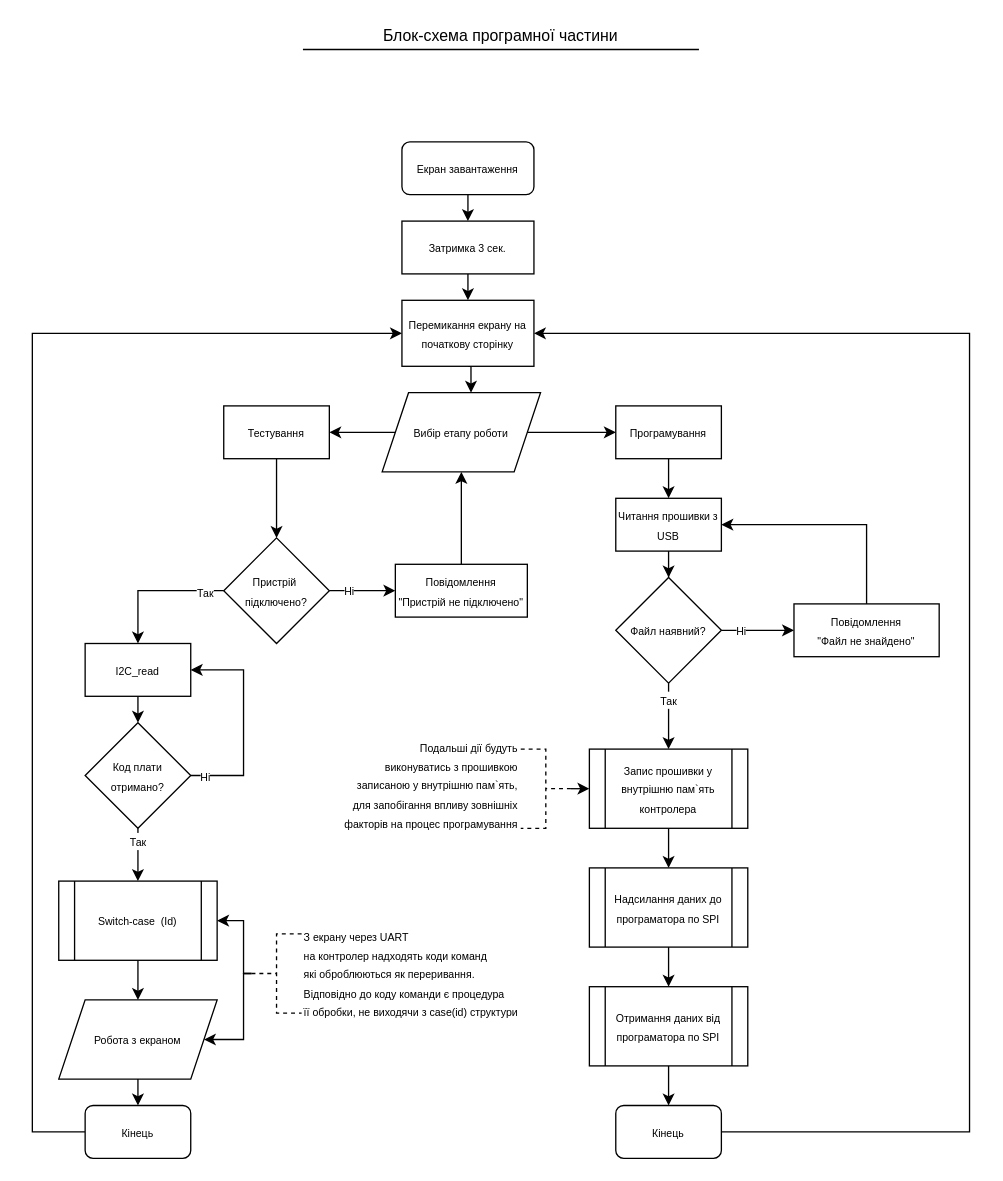
This is page "stm32f4_sw" (10 of 11) of ТЗ.drawio from bposternak/tz_repo, a draw.io file, before an edit. Source tidied: cells renumbered, new cells numbered last; positions are measured from the earlier drawing's top-left corner, leaving out a move shared by most shapes. Both pictures are drawn from the tidied source at 132%, with x=0, y=0 at pixel (32, 22).
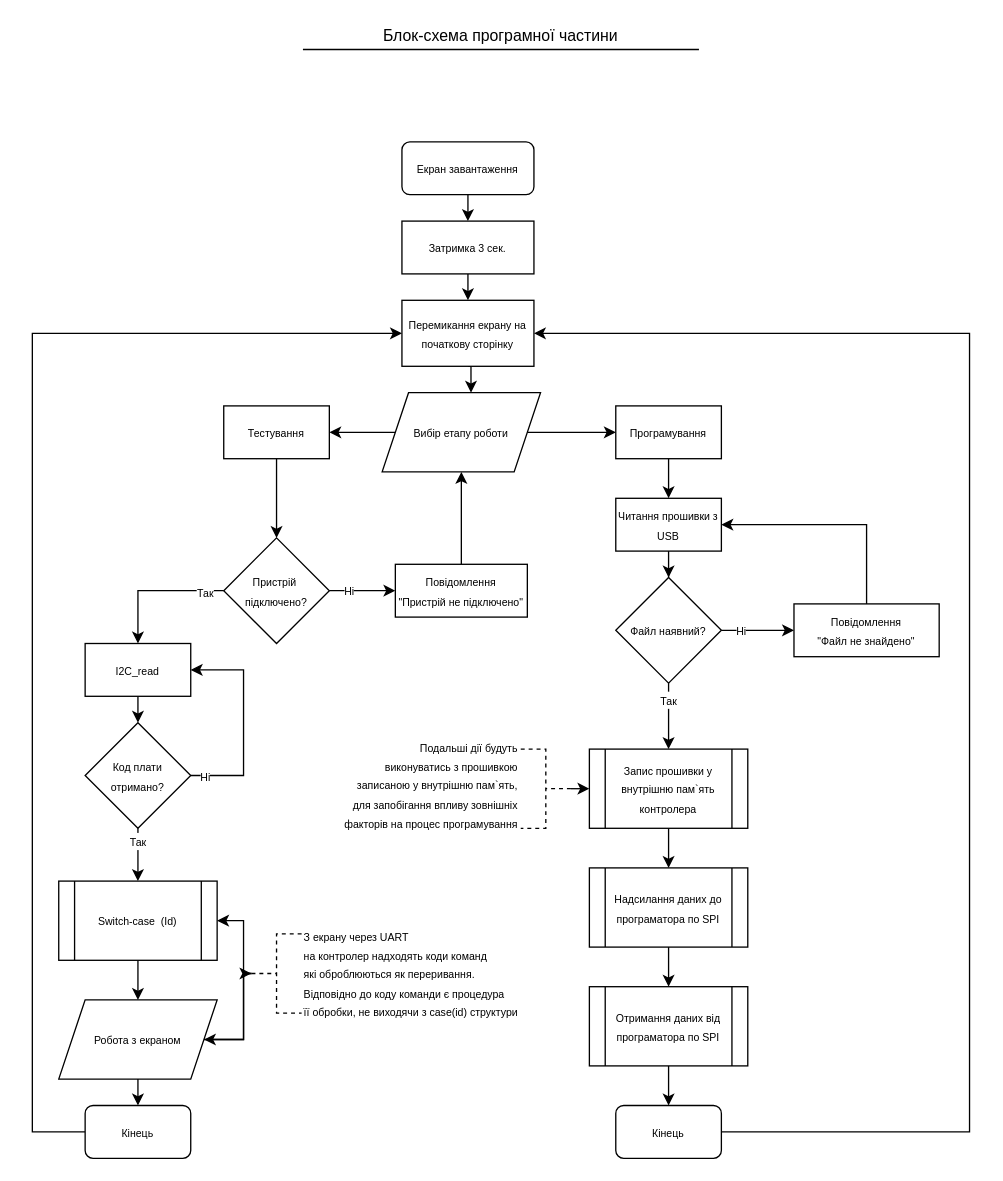
After the change.

Unchanged cells that the change refers to:
```xml
<mxCell id="30" value="&lt;font style=&quot;font-size: 8px&quot;&gt;Робота з екраном&lt;/font&gt;" style="shape=parallelogram;perimeter=parallelogramPerimeter;whiteSpace=wrap;html=1;fixedSize=1;" parent="1" vertex="1">
  <mxGeometry x="20" y="740" width="120" height="60" as="geometry" />
</mxCell>
<mxCell id="46" value="&lt;span style=&quot;font-size: 8px&quot;&gt;З екрану через UART&amp;nbsp;&lt;br&gt;на контролер надходять коди команд&lt;br&gt;які оброблюються як переривання.&lt;br&gt;Відповідно до коду команди є процедура&amp;nbsp;&lt;br&gt;її обробки, не виходячи з case(id) структури&lt;br&gt;&lt;/span&gt;" style="strokeWidth=1;html=1;shape=mxgraph.flowchart.annotation_2;align=left;labelPosition=right;dashed=1;" parent="1" vertex="1">
  <mxGeometry x="166" y="690" width="38" height="60" as="geometry" />
</mxCell>
```

The edit, as a diff of the source:
```diff
@@
+    <mxCell id="56" style="edgeStyle=orthogonalEdgeStyle;rounded=0;jettySize=auto;html=1;" parent="1" edge="1" source="30" target="46">
+      <mxGeometry relative="1" as="geometry" />
+    </mxCell>
```
